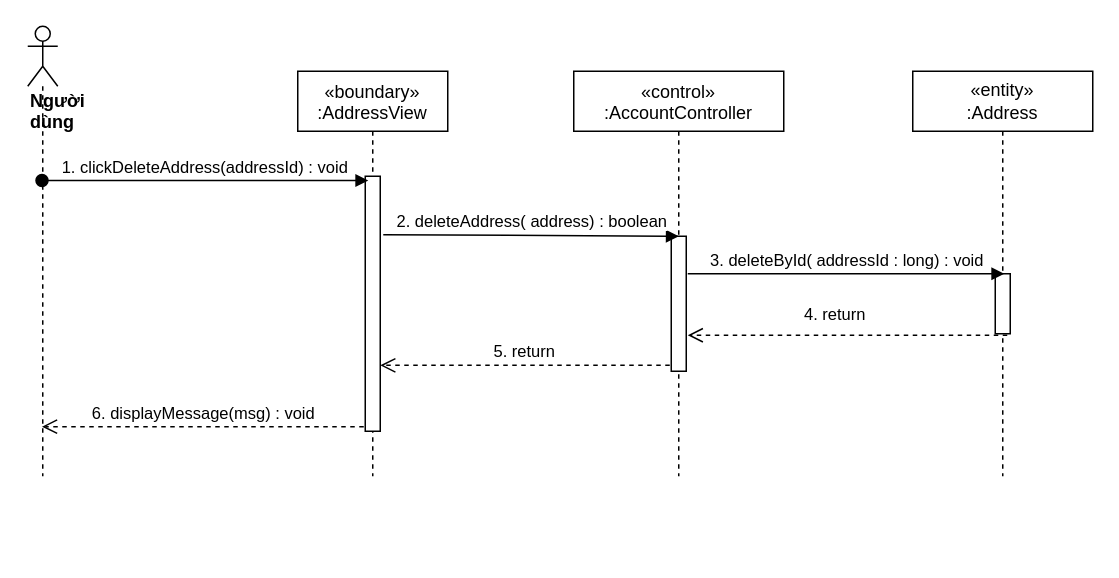
Before: sequence diagram/delete-address-sequence.drawio in nguyenphamvan/datn_20202, a draw.io diagram. Source tidied: cells renumbered, new cells numbered last; positions are measured from the earlier drawing's top-left corner, leaving out a move shared by most shapes. Both pictures are drawn from the tidied source at 150%, with x=0, y=0 at pixel (27, 26).
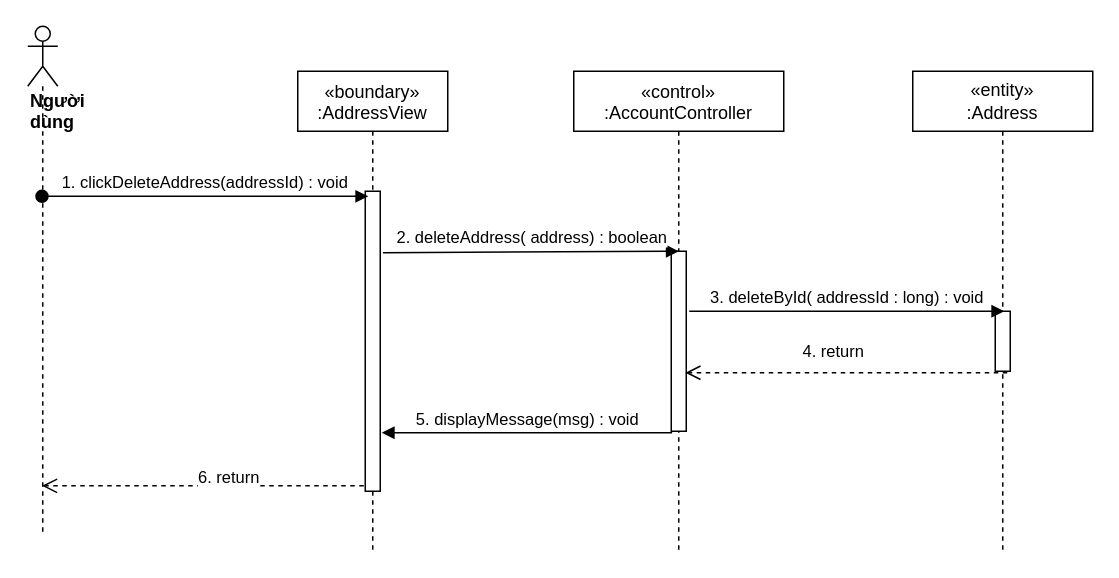
Above is the later version.

Diff of the diagram source:
```diff
@@
 <mxGraphModel>
   <root>
     <mxCell id="0" />
     <mxCell id="1" parent="0" />
     <mxCell id="2" value="«boundary»&#10;:AddressView" style="shape=umlLifeline;perimeter=lifelinePerimeter;rounded=0;shadow=0;strokeWidth=1;" parent="1" vertex="1">
-      <mxGeometry x="180" y="30" width="100" height="270" as="geometry" />
+      <mxGeometry x="180" y="30" width="100" height="320" as="geometry" />
     </mxCell>
     <mxCell id="3" style="html=1;points=[];perimeter=orthogonalPerimeter;" parent="2" vertex="1">
-      <mxGeometry x="45" y="70" width="10" height="170" as="geometry" />
+      <mxGeometry x="45" y="80" width="10" height="200" as="geometry" />
     </mxCell>
     <mxCell id="4" value="«control»&#10;:AccountController" style="shape=umlLifeline;perimeter=lifelinePerimeter;rounded=0;shadow=0;strokeWidth=1;size=40;" parent="1" vertex="1">
-      <mxGeometry x="364" y="30" width="140" height="270" as="geometry" />
+      <mxGeometry x="364" y="30" width="140" height="320" as="geometry" />
     </mxCell>
     <mxCell id="5" style="points=[];perimeter=orthogonalPerimeter;rounded=0;shadow=0;strokeWidth=1;" parent="4" vertex="1">
-      <mxGeometry x="65" y="110" width="10" height="90" as="geometry" />
+      <mxGeometry x="65" y="120" width="10" height="120" as="geometry" />
     </mxCell>
     <mxCell id="6" value="&lt;div&gt;&lt;b&gt;Người dùng&lt;/b&gt;&lt;/div&gt;" style="shape=umlLifeline;participant=umlActor;perimeter=lifelinePerimeter;whiteSpace=wrap;html=1;verticalAlign=top;spacingTop=36;outlineConnect=0;align=left;" parent="1" vertex="1">
-      <mxGeometry width="20" height="300" as="geometry" />
+      <mxGeometry width="20" height="340" as="geometry" />
     </mxCell>
     <mxCell id="7" value="1. clickDeleteAddress(addressId) : void" style="html=1;verticalAlign=bottom;startArrow=oval;startFill=1;endArrow=block;startSize=8;entryX=0.2;entryY=0.017;entryDx=0;entryDy=0;entryPerimeter=0;" parent="1" edge="1" source="6" target="3">
       <mxGeometry relative="1" as="geometry" />
     </mxCell>
-    <mxCell id="8" value="2. deleteAddress( address) : boolean" style="html=1;verticalAlign=bottom;endArrow=block;entryX=0.5;entryY=0;entryDx=0;entryDy=0;entryPerimeter=0;exitX=1.2;exitY=0.229;exitDx=0;exitDy=0;exitPerimeter=0;" parent="1" edge="1" source="3" target="5">
+    <mxCell id="8" value="2. deleteAddress( address) : boolean" style="html=1;verticalAlign=bottom;endArrow=block;entryX=0.5;entryY=0;entryDx=0;entryDy=0;entryPerimeter=0;exitX=1.18;exitY=0.205;exitDx=0;exitDy=0;exitPerimeter=0;" parent="1" edge="1" source="3" target="5">
       <mxGeometry relative="1" as="geometry" />
     </mxCell>
     <mxCell id="9" value="&lt;span&gt;«entity»&lt;br&gt;&lt;/span&gt;:Address" style="shape=umlLifeline;perimeter=lifelinePerimeter;whiteSpace=wrap;html=1;" parent="1" vertex="1">
-      <mxGeometry x="590" y="30" width="120" height="270" as="geometry" />
+      <mxGeometry x="590" y="30" width="120" height="320" as="geometry" />
     </mxCell>
     <mxCell id="10" style="points=[];perimeter=orthogonalPerimeter;rounded=0;shadow=0;strokeWidth=1;" parent="9" vertex="1">
-      <mxGeometry x="55" y="135" width="10" height="40" as="geometry" />
+      <mxGeometry x="55" y="160" width="10" height="40" as="geometry" />
     </mxCell>
     <mxCell id="11" value="3. deleteById( addressId : long) : void" style="html=1;verticalAlign=bottom;endArrow=block;entryX=0.6;entryY=0;entryDx=0;entryDy=0;entryPerimeter=0;" parent="1" edge="1" target="10">
       <mxGeometry relative="1" as="geometry">
-        <mxPoint x="440" y="165" as="sourcePoint" />
+        <mxPoint x="441" y="190" as="sourcePoint" />
       </mxGeometry>
     </mxCell>
-    <mxCell id="12" value="4. return" style="html=1;verticalAlign=bottom;endArrow=open;dashed=1;endSize=8;exitX=0.8;exitY=1.025;exitDx=0;exitDy=0;exitPerimeter=0;entryX=1.1;entryY=0.733;entryDx=0;entryDy=0;entryPerimeter=0;" parent="1" edge="1" source="10" target="5">
+    <mxCell id="12" value="4. return" style="html=1;verticalAlign=bottom;endArrow=open;dashed=1;endSize=8;exitX=0.8;exitY=1.025;exitDx=0;exitDy=0;exitPerimeter=0;entryX=0.94;entryY=0.675;entryDx=0;entryDy=0;entryPerimeter=0;" parent="1" edge="1" source="10" target="5">
       <mxGeometry x="0.08" y="-5" relative="1" as="geometry" />
     </mxCell>
+    <mxCell id="14" style="html=1;verticalAlign=bottom;endArrow=open;dashed=1;endSize=8;exitX=-0.1;exitY=0.982;exitDx=0;exitDy=0;exitPerimeter=0;" parent="1" edge="1" source="3" target="6">
+      <mxGeometry relative="1" as="geometry" />
+    </mxCell>
+    <mxCell id="15" value="6. return" style="edgeLabel;html=1;align=center;verticalAlign=middle;" parent="14" vertex="1">
+      <mxGeometry x="-0.15" y="5" relative="1" as="geometry">
+        <mxPoint y="-11" as="offset" />
+      </mxGeometry>
+    </mxCell>
-    <mxCell id="13" value="5. return" style="html=1;verticalAlign=bottom;endArrow=open;dashed=1;endSize=8;exitX=-0.1;exitY=0.956;exitDx=0;exitDy=0;exitPerimeter=0;" parent="1" edge="1" source="5" target="3">
+    <mxCell id="13" value="5. displayMessage(msg) : void" style="html=1;verticalAlign=bottom;endArrow=block;exitX=0.06;exitY=1.008;exitDx=0;exitDy=0;exitPerimeter=0;entryX=1.1;entryY=0.805;entryDx=0;entryDy=0;entryPerimeter=0;" parent="1" edge="1" source="5" target="3">
       <mxGeometry relative="1" as="geometry" />
     </mxCell>
-    <mxCell id="14" value="6. displayMessage(msg) : void" style="html=1;verticalAlign=bottom;endArrow=open;dashed=1;endSize=8;exitX=-0.1;exitY=0.982;exitDx=0;exitDy=0;exitPerimeter=0;" parent="1" edge="1" source="3" target="6">
-      <mxGeometry relative="1" as="geometry" />
-    </mxCell>
   </root>
 </mxGraphModel>
```
